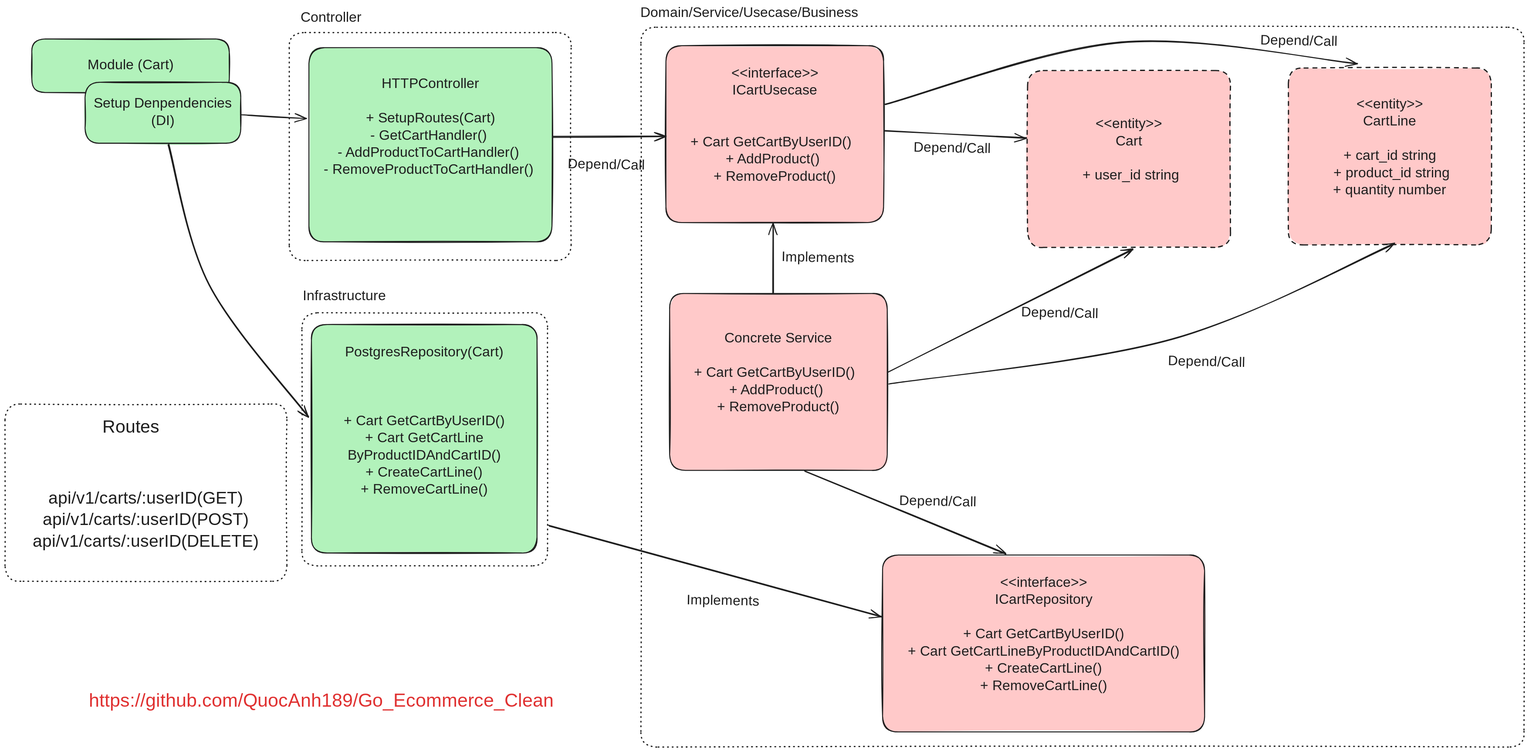
Above: docs/static/cart_module.excalidraw.svg in zofiyacodes/ecommerce-react (Excalidraw), before the change. Source tidied: one line per element, renumbered; positions are measured from the earlier drawing's top-left corner, leaving out a move shared by most shapes.
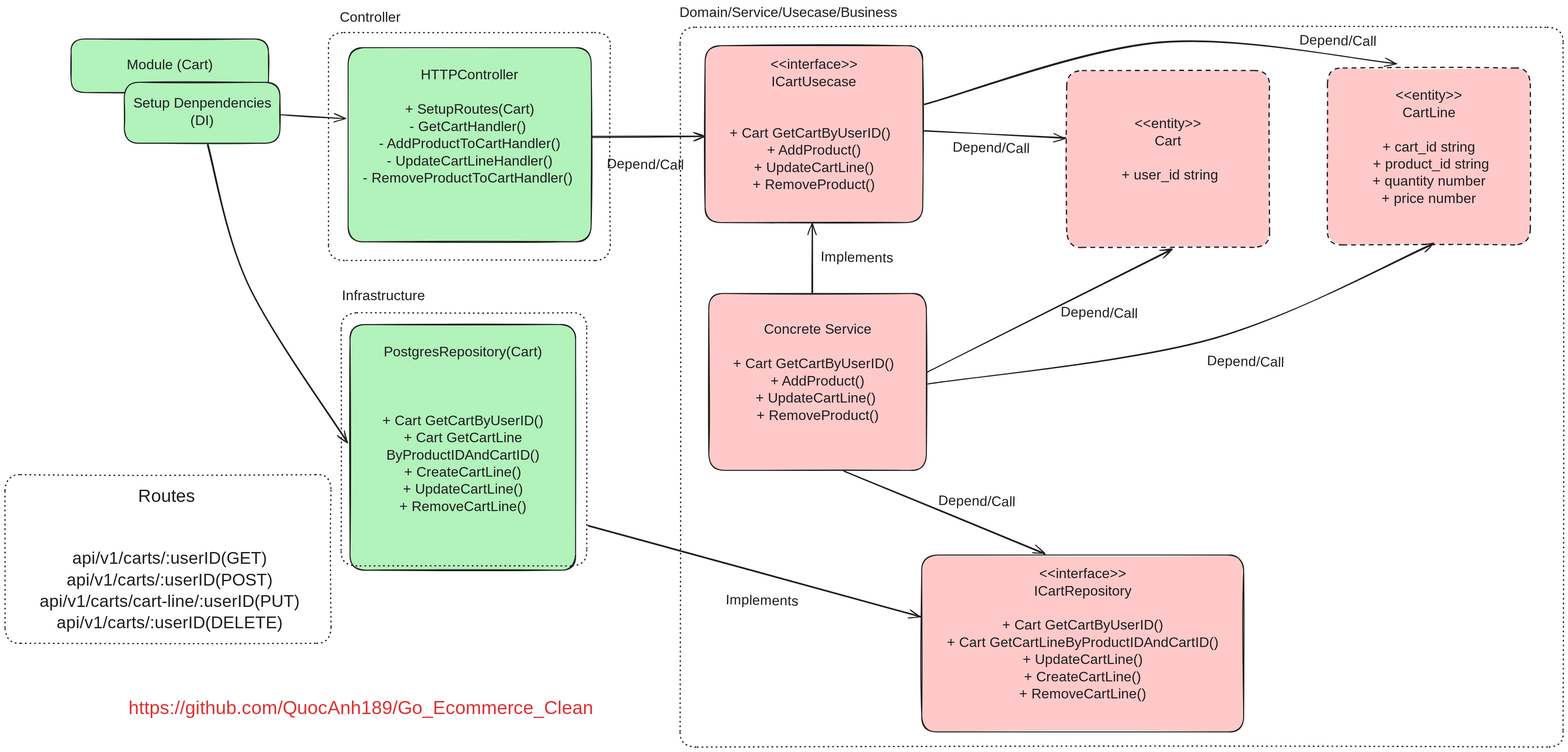
Above is the later version.

Diff of the diagram source:
```diff
@@ -4,18 +4,18 @@
 {"id": 3, "type": "text", "text": "Setup Denpendencies\n(DI)", "strokeColor": "#1e1e1e", "backgroundColor": "#b2f2bb", "fillStyle": "solid", "strokeWidth": 2, "roughness": 1, "fontSize": 28, "fontFamily": 5, "textAlign": "center", "verticalAlign": "middle", "inside": 2, "x": 179, "y": 184, "width": 284, "height": 70}
 {"id": 4, "type": "rectangle", "strokeColor": "#1e1e1e", "strokeWidth": 2, "strokeStyle": "dotted", "roughness": 1, "round": true, "x": 579, "y": 56, "width": 574, "height": 464}
 {"id": 5, "type": "text", "text": "Controller", "strokeColor": "#1e1e1e", "strokeWidth": 2, "strokeStyle": "dashed", "roughness": 1, "fontSize": 28, "fontFamily": 5, "x": 601, "y": 10, "width": 216, "height": 35}
-{"id": 6, "type": "rectangle", "strokeColor": "#1e1e1e", "backgroundColor": "#b2f2bb", "fillStyle": "solid", "strokeWidth": 2, "roughness": 1, "round": true, "x": 624, "y": 650, "width": 459, "height": 465}
+{"id": 6, "type": "rectangle", "strokeColor": "#1e1e1e", "backgroundColor": "#b2f2bb", "fillStyle": "solid", "strokeWidth": 2, "roughness": 1, "round": true, "x": 623, "y": 650, "width": 459, "height": 500}
-{"id": 7, "type": "text", "text": "\nPostgresRepository(Cart)\n\n\n\n+ Cart GetCartByUserID()\n+ Cart GetCartLine\nByProductIDAndCartID()\n+ CreateCartLine()\n+ RemoveCartLine()\n\n\n", "strokeColor": "#1e1e1e", "backgroundColor": "#b2f2bb", "fillStyle": "solid", "strokeWidth": 2, "roughness": 1, "fontSize": 28, "fontFamily": 5, "textAlign": "center", "verticalAlign": "middle", "inside": 6, "x": 667, "y": 655, "width": 372, "height": 455}
+{"id": 7, "type": "text", "text": "\nPostgresRepository(Cart)\n\n\n\n+ Cart GetCartByUserID()\n+ Cart GetCartLine\nByProductIDAndCartID()\n+ CreateCartLine()\n+ UpdateCartLine()\n+ RemoveCartLine()\n\n\n", "strokeColor": "#1e1e1e", "backgroundColor": "#b2f2bb", "fillStyle": "solid", "strokeWidth": 2, "roughness": 1, "fontSize": 28, "fontFamily": 5, "textAlign": "center", "verticalAlign": "middle", "inside": 6, "x": 666, "y": 655, "width": 372, "height": 490}
 {"id": 8, "type": "rectangle", "strokeColor": "#1e1e1e", "strokeWidth": 2, "strokeStyle": "dotted", "roughness": 1, "round": true, "x": 604, "y": 626, "width": 500, "height": 515}
 {"id": 9, "type": "text", "text": "Infrastructure", "strokeColor": "#1e1e1e", "strokeWidth": 2, "strokeStyle": "dashed", "roughness": 1, "fontSize": 28, "fontFamily": 5, "x": 606, "y": 576, "width": 216, "height": 35}
 {"id": 10, "type": "rectangle", "strokeColor": "#1e1e1e", "backgroundColor": "#ffc9c9", "fillStyle": "solid", "strokeWidth": 2, "roughness": 1, "round": true, "x": 1345, "y": 83, "width": 443, "height": 360}
-{"id": 11, "type": "text", "text": "<<interface>>\nICartUsecase\n\n\n+ Cart GetCartByUserID()  \n+ AddProduct() \n+ RemoveProduct()\n", "strokeColor": "#1e1e1e", "backgroundColor": "#b2f2bb", "fillStyle": "solid", "strokeWidth": 2, "roughness": 1, "fontSize": 28, "fontFamily": 5, "textAlign": "center", "verticalAlign": "middle", "inside": 10, "x": 1369, "y": 123, "width": 395, "height": 280}
+{"id": 11, "type": "text", "text": "<<interface>>\nICartUsecase\n\n\n+ Cart GetCartByUserID()  \n+ AddProduct()\n+ UpdateCartLine()\n+ RemoveProduct()\n", "strokeColor": "#1e1e1e", "backgroundColor": "#b2f2bb", "fillStyle": "solid", "strokeWidth": 2, "roughness": 1, "fontSize": 28, "fontFamily": 5, "textAlign": "center", "verticalAlign": "middle", "inside": 10, "x": 1369, "y": 106, "width": 395, "height": 315}
 {"id": 12, "type": "rectangle", "strokeColor": "#1e1e1e", "backgroundColor": "#ffc9c9", "fillStyle": "solid", "strokeWidth": 2, "strokeStyle": "dashed", "roughness": 1, "round": true, "x": 2082, "y": 134, "width": 413, "height": 360}
 {"id": 13, "type": "text", "text": "<<entity>>\nCart\n\n + user_id string\n", "strokeColor": "#1e1e1e", "backgroundColor": "#ffc9c9", "fillStyle": "solid", "strokeWidth": 2, "strokeStyle": "dashed", "roughness": 1, "fontSize": 28, "fontFamily": 5, "textAlign": "center", "verticalAlign": "middle", "inside": 12, "x": 2174, "y": 226, "width": 229, "height": 175}
 {"id": 14, "type": "rectangle", "strokeColor": "#1e1e1e", "backgroundColor": "#ffc9c9", "fillStyle": "solid", "strokeWidth": 2, "roughness": 1, "round": true, "x": 1786, "y": 1120, "width": 656, "height": 360}
-{"id": 15, "type": "text", "text": "<<interface>>\nICartRepository\n\n+ Cart GetCartByUserID()\n+ Cart GetCartLineByProductIDAndCartID()\n+ CreateCartLine()\n+ RemoveCartLine()\n", "strokeColor": "#1e1e1e", "backgroundColor": "#b2f2bb", "fillStyle": "solid", "strokeWidth": 2, "roughness": 1, "fontSize": 28, "fontFamily": 5, "textAlign": "center", "verticalAlign": "middle", "inside": 14, "x": 1804, "y": 1160, "width": 620, "height": 280}
+{"id": 15, "type": "text", "text": "<<interface>>\nICartRepository\n\n+ Cart GetCartByUserID()\n+ Cart GetCartLineByProductIDAndCartID()\n+ UpdateCartLine()\n+ CreateCartLine()\n+ RemoveCartLine()\n", "strokeColor": "#1e1e1e", "backgroundColor": "#b2f2bb", "fillStyle": "solid", "strokeWidth": 2, "roughness": 1, "fontSize": 28, "fontFamily": 5, "textAlign": "center", "verticalAlign": "middle", "inside": 14, "x": 1804, "y": 1142, "width": 620, "height": 315}
 {"id": 16, "type": "rectangle", "strokeColor": "#1e1e1e", "backgroundColor": "#ffc9c9", "fillStyle": "solid", "strokeWidth": 2, "roughness": 1, "round": true, "x": 1353, "y": 587, "width": 443, "height": 360}
-{"id": 17, "type": "text", "text": "Concrete Service\n\n+ Cart GetCartByUserID()  \n+ AddProduct() \n+ RemoveProduct()\n", "strokeColor": "#1e1e1e", "backgroundColor": "#b2f2bb", "fillStyle": "solid", "strokeWidth": 2, "roughness": 1, "fontSize": 28, "fontFamily": 5, "textAlign": "center", "verticalAlign": "middle", "inside": 16, "x": 1377, "y": 662, "width": 395, "height": 210}
+{"id": 17, "type": "text", "text": "Concrete Service\n\n+ Cart GetCartByUserID()  \n+ AddProduct()\n+ UpdateCartLine() \n+ RemoveProduct()\n", "strokeColor": "#1e1e1e", "backgroundColor": "#b2f2bb", "fillStyle": "solid", "strokeWidth": 2, "roughness": 1, "fontSize": 28, "fontFamily": 5, "textAlign": "center", "verticalAlign": "middle", "inside": 16, "x": 1377, "y": 645, "width": 395, "height": 245}
 {"id": 18, "type": "rectangle", "strokeColor": "#1e1e1e", "strokeWidth": 2, "strokeStyle": "dotted", "roughness": 1, "round": true, "x": 1294, "y": 46, "width": 1798, "height": 1465}
 {"id": 19, "type": "text", "text": "Domain/Service/Usecase/Business", "strokeColor": "#1e1e1e", "strokeWidth": 2, "strokeStyle": "dashed", "roughness": 1, "fontSize": 28, "fontFamily": 5, "x": 1293, "y": 0, "width": 482, "height": 35}
 {"id": 20, "type": "arrow", "strokeColor": "#1e1e1e", "backgroundColor": "#ffc9c9", "fillStyle": "solid", "strokeWidth": 2, "roughness": 1, "endArrowhead": "arrow", "round": true, "from": 8, "to": 14, "x": 1106, "y": 1060, "width": 678, "height": 186, "points": [[0, 0], [678, 186]]}
@@ -31,16 +31,16 @@
 {"id": 30, "type": "arrow", "strokeColor": "#1e1e1e", "backgroundColor": "#ffc9c9", "fillStyle": "solid", "strokeWidth": 2, "roughness": 1, "endArrowhead": "arrow", "round": true, "from": 35, "to": 10, "x": 1115, "y": 268, "width": 230, "height": 0, "points": [[0, 0], [230, 0]]}
 {"id": 31, "type": "text", "text": "Depend/Call", "strokeColor": "#1e1e1e", "angle": 0.02, "strokeWidth": 2, "strokeStyle": "dashed", "roughness": 1, "fontSize": 28, "fontFamily": 5, "x": 1146, "y": 310, "width": 216, "height": 35}
 {"id": 32, "type": "arrow", "strokeColor": "#1e1e1e", "backgroundColor": "#ffc9c9", "fillStyle": "solid", "strokeWidth": 2, "roughness": 1, "endArrowhead": "arrow", "from": 2, "to": 35, "x": 481, "y": 224, "width": 133, "height": 8, "points": [[0, 0], [133, 8]]}
-{"id": 33, "type": "arrow", "strokeColor": "#1e1e1e", "backgroundColor": "#ffc9c9", "fillStyle": "solid", "strokeWidth": 2, "roughness": 1, "endArrowhead": "arrow", "round": true, "from": 2, "to": 6, "x": 333, "y": 284, "width": 284, "height": 554, "points": [[0, 0], [81, 285], [284, 554]]}
+{"id": 33, "type": "arrow", "strokeColor": "#1e1e1e", "backgroundColor": "#ffc9c9", "fillStyle": "solid", "strokeWidth": 2, "roughness": 1, "endArrowhead": "arrow", "round": true, "from": 2, "to": 6, "x": 333, "y": 284, "width": 284, "height": 606, "points": [[0, 0], [81, 285], [284, 606]]}
-{"id": 34, "type": "text", "text": "https://github.com/QuocAnh189/Go_Ecommerce_Clean", "strokeColor": "#e03131", "strokeWidth": 2, "strokeStyle": "dashed", "roughness": 1, "fontSize": 37.82, "fontFamily": 5, "x": 171, "y": 1395, "width": 1024, "height": 47}
+{"id": 34, "type": "text", "text": "https://github.com/QuocAnh189/Go_Ecommerce_Clean", "strokeColor": "#e03131", "strokeWidth": 2, "strokeStyle": "dashed", "roughness": 1, "fontSize": 37.82, "fontFamily": 5, "x": 171, "y": 1410, "width": 1024, "height": 47}
 {"id": 35, "type": "rectangle", "strokeColor": "#1e1e1e", "backgroundColor": "#b2f2bb", "fillStyle": "solid", "strokeWidth": 2, "roughness": 1, "round": true, "x": 619, "y": 87, "width": 495, "height": 395}
-{"id": 36, "type": "text", "text": "HTTPController\n\n+ SetupRoutes(Cart)\n- GetCartHandler() \n- AddProductToCartHandler() \n- RemoveProductToCartHandler() \n\n", "strokeColor": "#1e1e1e", "backgroundColor": "#b2f2bb", "fillStyle": "solid", "strokeWidth": 2, "roughness": 1, "fontSize": 28, "fontFamily": 5, "textAlign": "center", "verticalAlign": "middle", "inside": 35, "x": 634, "y": 145, "width": 465, "height": 280}
+{"id": 36, "type": "text", "text": "HTTPController\n\n+ SetupRoutes(Cart)\n- GetCartHandler() \n- AddProductToCartHandler()\n- UpdateCartLineHandler()\n- RemoveProductToCartHandler() \n\n", "strokeColor": "#1e1e1e", "backgroundColor": "#b2f2bb", "fillStyle": "solid", "strokeWidth": 2, "roughness": 1, "fontSize": 28, "fontFamily": 5, "textAlign": "center", "verticalAlign": "middle", "inside": 35, "x": 634, "y": 127, "width": 465, "height": 315}
 {"id": 37, "type": "rectangle", "strokeColor": "#1e1e1e", "backgroundColor": "#ffc9c9", "fillStyle": "solid", "strokeWidth": 2, "strokeStyle": "dashed", "roughness": 1, "round": true, "x": 2612, "y": 129, "width": 413, "height": 360}
-{"id": 38, "type": "text", "text": "<<entity>>\nCartLine\n\n+ cart_id string\n + product_id string\n+ quantity number\n", "strokeColor": "#1e1e1e", "backgroundColor": "#ffc9c9", "fillStyle": "solid", "strokeWidth": 2, "strokeStyle": "dashed", "roughness": 1, "fontSize": 28, "fontFamily": 5, "textAlign": "center", "verticalAlign": "middle", "inside": 37, "x": 2681, "y": 186, "width": 277, "height": 245}
+{"id": 38, "type": "text", "text": "<<entity>>\nCartLine\n\n+ cart_id string\n + product_id string\n+ quantity number\n+ price number\n", "strokeColor": "#1e1e1e", "backgroundColor": "#ffc9c9", "fillStyle": "solid", "strokeWidth": 2, "strokeStyle": "dashed", "roughness": 1, "fontSize": 28, "fontFamily": 5, "textAlign": "center", "verticalAlign": "middle", "inside": 37, "x": 2681, "y": 169, "width": 277, "height": 280}
 {"id": 39, "type": "arrow", "strokeColor": "#1e1e1e", "backgroundColor": "#ffc9c9", "fillStyle": "solid", "strokeWidth": 2, "roughness": 1, "endArrowhead": "arrow", "round": true, "from": 16, "to": 37, "x": 1800, "y": 771, "width": 1028, "height": 284, "points": [[0, 0], [575, -91], [1028, -284]]}
 {"id": 40, "type": "text", "text": "Depend/Call", "strokeColor": "#1e1e1e", "angle": 0.02, "strokeWidth": 2, "strokeStyle": "dashed", "roughness": 1, "fontSize": 28, "fontFamily": 5, "x": 2368, "y": 711, "width": 216, "height": 35}
 {"id": 41, "type": "arrow", "strokeColor": "#1e1e1e", "backgroundColor": "#ffc9c9", "fillStyle": "solid", "strokeWidth": 2, "roughness": 1, "endArrowhead": "arrow", "round": true, "from": 10, "to": 37, "x": 1792, "y": 203, "width": 961, "height": 126, "points": [[0, 0], [482, -126], [961, -83]]}
 {"id": 42, "type": "text", "text": "Depend/Call", "strokeColor": "#1e1e1e", "angle": 0.02, "strokeWidth": 2, "strokeStyle": "dashed", "roughness": 1, "fontSize": 28, "fontFamily": 5, "x": 2555, "y": 58, "width": 216, "height": 35}
-{"id": 43, "type": "text", "text": "api/v1/carts/:userID(GET)\napi/v1/carts/:userID(POST)\napi/v1/carts/:userID(DELETE)", "strokeColor": "#1e1e1e", "backgroundColor": "#ffc9c9", "fillStyle": "solid", "strokeWidth": 2, "roughness": 1, "fontSize": 34.97, "fontFamily": 5, "textAlign": "center", "x": 18, "y": 984, "width": 536, "height": 131}
+{"id": 43, "type": "text", "text": "api/v1/carts/:userID(GET)\napi/v1/carts/:userID(POST)\napi/v1/carts/cart-line/:userID(PUT)\napi/v1/carts/:userID(DELETE)", "strokeColor": "#1e1e1e", "backgroundColor": "#ffc9c9", "fillStyle": "solid", "strokeWidth": 2, "roughness": 1, "fontSize": 34.97, "fontFamily": 5, "textAlign": "center", "x": -57, "y": 1107, "width": 624, "height": 175}
-{"id": 44, "type": "text", "text": "Routes", "strokeColor": "#1e1e1e", "backgroundColor": "#ffc9c9", "fillStyle": "solid", "strokeWidth": 2, "roughness": 1, "fontSize": 36, "fontFamily": 5, "textAlign": "center", "x": 193, "y": 839, "width": 127, "height": 45}
+{"id": 44, "type": "text", "text": "Routes", "strokeColor": "#1e1e1e", "backgroundColor": "#ffc9c9", "fillStyle": "solid", "strokeWidth": 2, "roughness": 1, "fontSize": 36, "fontFamily": 5, "textAlign": "center", "x": 185, "y": 980, "width": 127, "height": 45}
-{"id": 45, "type": "rectangle", "strokeColor": "#1e1e1e", "strokeWidth": 2, "strokeStyle": "dotted", "roughness": 1, "round": true, "x": 0, "y": 812, "width": 574, "height": 361}
+{"id": 45, "type": "rectangle", "strokeColor": "#1e1e1e", "strokeWidth": 2, "strokeStyle": "dotted", "roughness": 1, "round": true, "x": -80, "y": 956, "width": 664, "height": 343}
```
